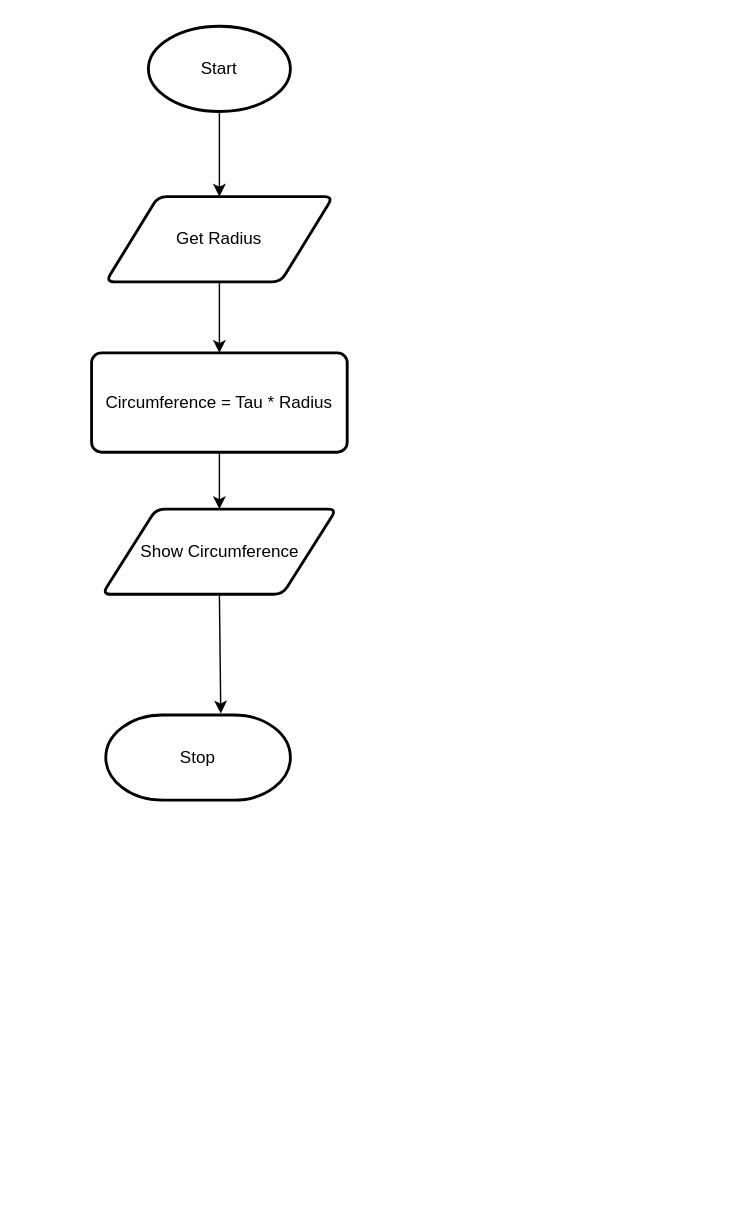
The draw.io diagram flowchart.drawio in Ethan-Prieur1/ICS3U-Assignment3-Python, before the edit. Source tidied: cells renumbered, new cells numbered last; positions are measured from the earlier drawing's top-left corner, leaving out a move shared by most shapes. Both pictures are drawn from the tidied source at 142%, with x=0, y=0 at pixel (91, 26).
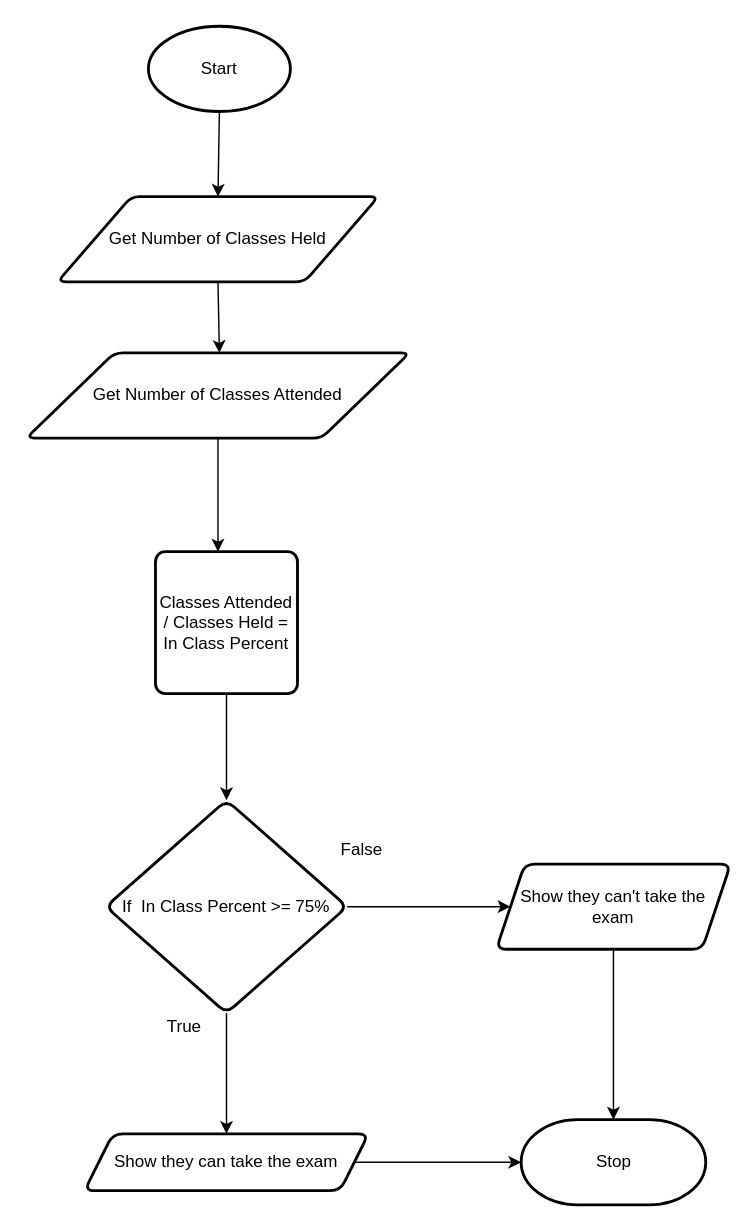
The same diagram, later.

Diff of the diagram source:
```diff
@@
-    <mxCell id="4" style="edgeStyle=none;html=1;exitX=0.5;exitY=1;exitDx=0;exitDy=0;entryX=0.5;entryY=0;entryDx=0;entryDy=0;" parent="1" edge="1" source="5" target="7">
-      <mxGeometry relative="1" as="geometry" />
+    <mxCell id="4" style="edgeStyle=none;html=1;exitX=0.5;exitY=1;exitDx=0;exitDy=0;entryX=0.5;entryY=0;entryDx=0;entryDy=0;" parent="1" edge="1" source="5">
+      <mxGeometry relative="1" as="geometry">
+        <mxPoint x="90" y="230" as="targetPoint" />
+      </mxGeometry>
     </mxCell>
-    <mxCell id="5" value="Get Radius" style="shape=parallelogram;html=1;strokeWidth=2;perimeter=parallelogramPerimeter;whiteSpace=wrap;rounded=1;arcSize=12;size=0.23;" parent="1" vertex="1">
-      <mxGeometry x="10" y="120" width="160" height="60" as="geometry" />
+    <mxCell id="5" value="Get Number of Classes Held" style="shape=parallelogram;html=1;strokeWidth=2;perimeter=parallelogramPerimeter;whiteSpace=wrap;rounded=1;arcSize=12;size=0.23;" parent="1" vertex="1">
+      <mxGeometry x="-24" y="120" width="226" height="60" as="geometry" />
     </mxCell>
-    <mxCell id="6" style="edgeStyle=none;html=1;exitX=0.5;exitY=1;exitDx=0;exitDy=0;entryX=0.5;entryY=0;entryDx=0;entryDy=0;" parent="1" edge="1" source="7" target="9">
-      <mxGeometry relative="1" as="geometry" />
-    </mxCell>
-    <mxCell id="7" value="Circumference = Tau * Radius" style="rounded=1;whiteSpace=wrap;html=1;absoluteArcSize=1;arcSize=14;strokeWidth=2;" parent="1" vertex="1">
-      <mxGeometry y="230" width="180" height="70" as="geometry" />
-    </mxCell>
+    <mxCell id="10" value="Stop" style="strokeWidth=2;html=1;shape=mxgraph.flowchart.terminator;whiteSpace=wrap;" parent="1" vertex="1">
+      <mxGeometry x="302.5" y="770" width="130" height="60" as="geometry" />
+    </mxCell>
+    <mxCell id="11" style="edgeStyle=none;html=1;" parent="1" edge="1" source="8">
+      <mxGeometry relative="1" as="geometry">
+        <mxPoint x="89" y="370" as="targetPoint" />
+      </mxGeometry>
+    </mxCell>
-    <mxCell id="8" style="edgeStyle=none;html=1;exitX=0.5;exitY=1;exitDx=0;exitDy=0;entryX=0.623;entryY=-0.017;entryDx=0;entryDy=0;entryPerimeter=0;" parent="1" edge="1" source="9" target="10">
-      <mxGeometry relative="1" as="geometry" />
+    <mxCell id="8" value="Get Number of Classes Attended" style="shape=parallelogram;html=1;strokeWidth=2;perimeter=parallelogramPerimeter;whiteSpace=wrap;rounded=1;arcSize=12;size=0.23;" parent="1" vertex="1">
+      <mxGeometry x="-46" y="230" width="270" height="60" as="geometry" />
     </mxCell>
-    <mxCell id="9" value="Show Circumference" style="shape=parallelogram;html=1;strokeWidth=2;perimeter=parallelogramPerimeter;whiteSpace=wrap;rounded=1;arcSize=12;size=0.23;" parent="1" vertex="1">
-      <mxGeometry x="7.5" y="340" width="165" height="60" as="geometry" />
-    </mxCell>
-    <mxCell id="10" value="Stop" style="strokeWidth=2;html=1;shape=mxgraph.flowchart.terminator;whiteSpace=wrap;" parent="1" vertex="1">
-      <mxGeometry x="10" y="485" width="130" height="60" as="geometry" />
-    </mxCell>
+    <mxCell id="12" style="edgeStyle=none;html=1;" parent="1" edge="1" source="13" target="16">
+      <mxGeometry relative="1" as="geometry" />
+    </mxCell>
+    <mxCell id="13" value="Classes Attended / Classes Held = In Class Percent" style="rounded=1;whiteSpace=wrap;html=1;absoluteArcSize=1;arcSize=14;strokeWidth=2;" parent="1" vertex="1">
+      <mxGeometry x="45" y="370" width="100" height="100" as="geometry" />
+    </mxCell>
+    <mxCell id="14" style="edgeStyle=none;html=1;" parent="1" edge="1" source="16" target="18">
+      <mxGeometry relative="1" as="geometry" />
+    </mxCell>
+    <mxCell id="15" style="edgeStyle=none;html=1;" parent="1" edge="1" source="16" target="20">
+      <mxGeometry relative="1" as="geometry" />
+    </mxCell>
+    <mxCell id="16" value="If&amp;nbsp; In Class Percent &amp;gt;= 75%" style="rhombus;whiteSpace=wrap;html=1;rounded=1;arcSize=14;strokeWidth=2;" parent="1" vertex="1">
+      <mxGeometry x="10" y="545" width="170" height="150" as="geometry" />
+    </mxCell>
+    <mxCell id="17" style="edgeStyle=none;html=1;entryX=0.5;entryY=0;entryDx=0;entryDy=0;entryPerimeter=0;" parent="1" edge="1" source="18" target="10">
+      <mxGeometry relative="1" as="geometry" />
+    </mxCell>
+    <mxCell id="18" value="Show they can't take the exam" style="shape=parallelogram;perimeter=parallelogramPerimeter;whiteSpace=wrap;html=1;fixedSize=1;rounded=1;arcSize=14;strokeWidth=2;" parent="1" vertex="1">
+      <mxGeometry x="285" y="590" width="165" height="60" as="geometry" />
+    </mxCell>
+    <mxCell id="19" style="edgeStyle=none;html=1;" parent="1" edge="1" source="20" target="10">
+      <mxGeometry relative="1" as="geometry" />
+    </mxCell>
+    <mxCell id="20" value="Show they can take the exam" style="shape=parallelogram;perimeter=parallelogramPerimeter;whiteSpace=wrap;html=1;fixedSize=1;rounded=1;arcSize=14;strokeWidth=2;" parent="1" vertex="1">
+      <mxGeometry x="-5" y="780" width="200" height="40" as="geometry" />
+    </mxCell>
+    <mxCell id="21" value="False" style="text;html=1;align=center;verticalAlign=middle;strokeColor=none;fillColor=none;" parent="1" vertex="1">
+      <mxGeometry x="170" y="570" width="40" height="20" as="geometry" />
+    </mxCell>
+    <mxCell id="22" value="True" style="text;html=1;align=center;verticalAlign=middle;strokeColor=none;fillColor=none;" parent="1" vertex="1">
+      <mxGeometry x="45" y="695" width="40" height="20" as="geometry" />
+    </mxCell>
```
